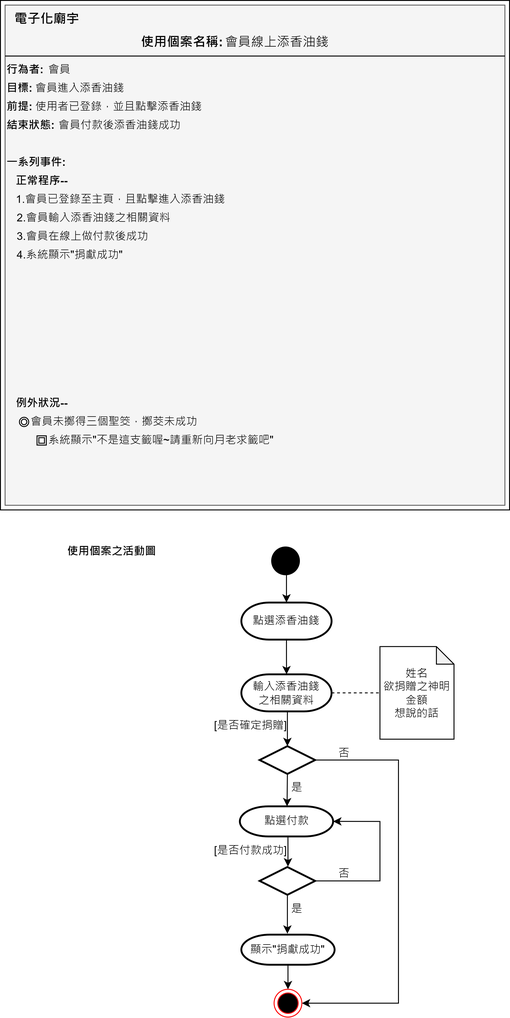
Earlier version of the draw.io export 活動圖/13.添香油錢_v1.drawio.png (GretaYuu/111-2_SAD). Source tidied: cells renumbered, new cells last; positions are measured from the earlier drawing's top-left corner, leaving out a move shared by most shapes.
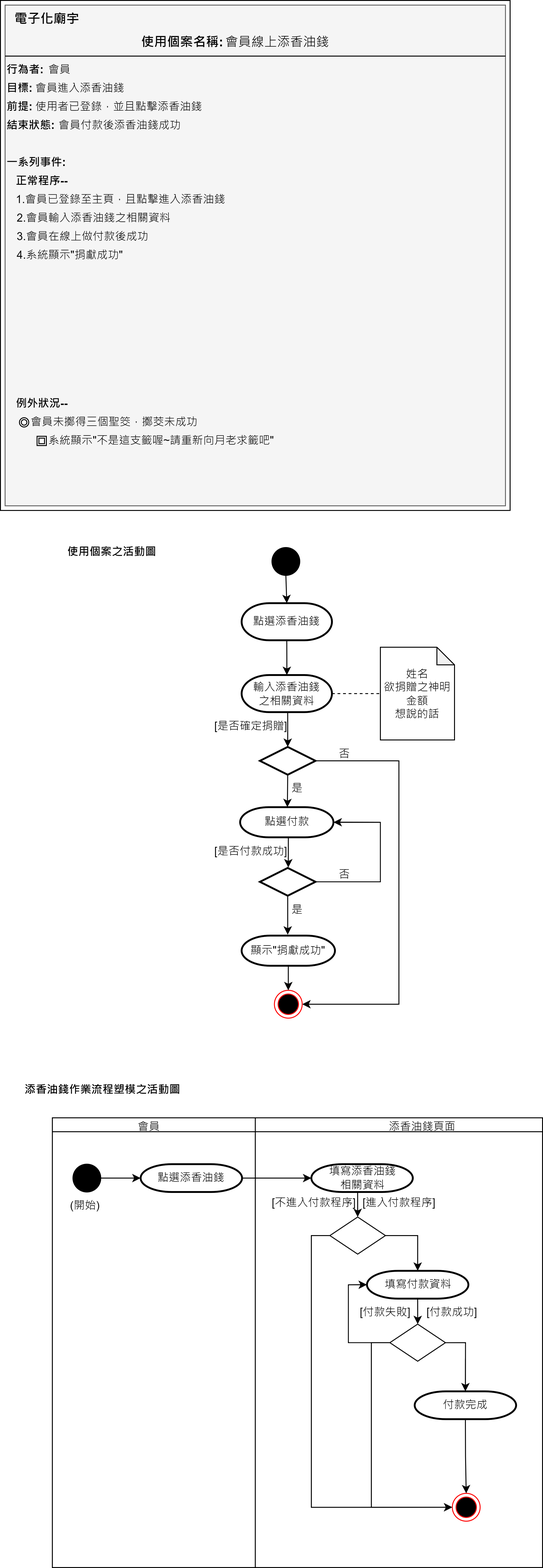
The same diagram one commit later.

What changed in the source:
```diff
@@ -180,5 +180,89 @@
     <mxCell id="52" value="否" style="text;html=1;align=center;verticalAlign=middle;strokeColor=none;fillColor=none;" parent="1" vertex="1">
       <mxGeometry x="351" y="927.5" width="40" height="30" as="geometry" />
     </mxCell>
+    <mxCell id="53" value="&lt;b&gt;添香油錢作業流程塑模之活動圖&lt;/b&gt;" style="text;html=1;align=center;verticalAlign=middle;strokeColor=none;fillColor=none;" parent="1" vertex="1">
+      <mxGeometry x="15" y="1160" width="190" height="30" as="geometry" />
+    </mxCell>
+    <mxCell id="54" style="shape=internalStorage;whiteSpace=wrap;html=1;backgroundOutline=1;" parent="1" vertex="1">
+      <mxGeometry x="243" y="1265" width="80" height="80" as="geometry" />
+    </mxCell>
+    <mxCell id="55" style="shape=internalStorage;whiteSpace=wrap;html=1;backgroundOutline=1;dx=219;dy=15;" parent="1" vertex="1">
+      <mxGeometry x="56" y="1205" width="529" height="485" as="geometry" />
+    </mxCell>
+    <mxCell id="56" value="會員" style="text;html=1;align=center;verticalAlign=middle;strokeColor=none;fillColor=none;" parent="1" vertex="1">
+      <mxGeometry x="135" y="1200" width="50" height="30" as="geometry" />
+    </mxCell>
+    <mxCell id="57" value="添香油錢頁面" style="text;html=1;align=center;verticalAlign=middle;strokeColor=none;fillColor=none;" parent="1" vertex="1">
+      <mxGeometry x="405" y="1200" width="100" height="30" as="geometry" />
+    </mxCell>
+    <mxCell id="58" style="edgeStyle=orthogonalEdgeStyle;rounded=0;jettySize=auto;html=1;exitX=1;exitY=0.5;exitDx=0;exitDy=0;entryX=0;entryY=0.5;entryDx=0;entryDy=0;entryPerimeter=0;" parent="1" edge="1" source="59" target="61">
+      <mxGeometry relative="1" as="geometry" />
+    </mxCell>
+    <mxCell id="59" style="ellipse;fillColor=strokeColor;html=1;" parent="1" vertex="1">
+      <mxGeometry x="78.2" y="1255" width="30" height="30" as="geometry" />
+    </mxCell>
+    <mxCell id="60" style="edgeStyle=orthogonalEdgeStyle;rounded=0;jettySize=auto;html=1;exitX=1;exitY=0.5;exitDx=0;exitDy=0;exitPerimeter=0;entryX=0;entryY=0.5;entryDx=0;entryDy=0;entryPerimeter=0;" parent="1" edge="1" source="61" target="64">
+      <mxGeometry relative="1" as="geometry" />
+    </mxCell>
+    <mxCell id="61" value="點選添香油錢" style="strokeWidth=2;html=1;shape=mxgraph.flowchart.terminator;whiteSpace=wrap;" parent="1" vertex="1">
+      <mxGeometry x="151.2" y="1255" width="109.5" height="30" as="geometry" />
+    </mxCell>
+    <mxCell id="62" value="(開始)" style="text;html=1;align=center;verticalAlign=middle;strokeColor=none;fillColor=none;" parent="1" vertex="1">
+      <mxGeometry x="61" y="1285" width="60" height="30" as="geometry" />
+    </mxCell>
+    <mxCell id="63" style="edgeStyle=orthogonalEdgeStyle;rounded=0;jettySize=auto;html=1;exitX=0.5;exitY=1;exitDx=0;exitDy=0;exitPerimeter=0;entryX=0.5;entryY=0;entryDx=0;entryDy=0;" parent="1" edge="1" source="64" target="67">
+      <mxGeometry relative="1" as="geometry" />
+    </mxCell>
+    <mxCell id="64" value="填寫添香油錢&lt;br&gt;相關資料" style="strokeWidth=2;html=1;shape=mxgraph.flowchart.terminator;whiteSpace=wrap;" parent="1" vertex="1">
+      <mxGeometry x="335.5" y="1255" width="109.5" height="30" as="geometry" />
+    </mxCell>
+    <mxCell id="65" style="edgeStyle=orthogonalEdgeStyle;rounded=0;jettySize=auto;html=1;exitX=1;exitY=0.5;exitDx=0;exitDy=0;entryX=0.5;entryY=0;entryDx=0;entryDy=0;entryPerimeter=0;" parent="1" edge="1" source="67" target="72">
+      <mxGeometry relative="1" as="geometry" />
+    </mxCell>
+    <mxCell id="66" style="edgeStyle=orthogonalEdgeStyle;rounded=0;jettySize=auto;html=1;exitX=0;exitY=0.5;exitDx=0;exitDy=0;entryX=0;entryY=0.5;entryDx=0;entryDy=0;" parent="1" edge="1" source="67" target="68">
+      <mxGeometry relative="1" as="geometry" />
+    </mxCell>
+    <mxCell id="67" style="rhombus;whiteSpace=wrap;html=1;" parent="1" vertex="1">
+      <mxGeometry x="355.5" y="1312" width="60" height="40" as="geometry" />
+    </mxCell>
+    <mxCell id="68" style="ellipse;html=1;shape=endState;fillColor=#000000;strokeColor=#ff0000;" parent="1" vertex="1">
+      <mxGeometry x="487.7" y="1610" width="30" height="30" as="geometry" />
+    </mxCell>
+    <mxCell id="69" value="[進入付款程序]" style="text;html=1;align=center;verticalAlign=middle;strokeColor=none;fillColor=none;" parent="1" vertex="1">
+      <mxGeometry x="379.8" y="1282" width="100" height="30" as="geometry" />
+    </mxCell>
+    <mxCell id="70" value="[不進入付款程序]" style="text;html=1;align=center;verticalAlign=middle;strokeColor=none;fillColor=none;" parent="1" vertex="1">
+      <mxGeometry x="283" y="1282" width="110" height="30" as="geometry" />
+    </mxCell>
+    <mxCell id="71" style="edgeStyle=orthogonalEdgeStyle;rounded=0;jettySize=auto;html=1;exitX=0.5;exitY=1;exitDx=0;exitDy=0;exitPerimeter=0;" parent="1" edge="1" source="72" target="76">
+      <mxGeometry relative="1" as="geometry" />
+    </mxCell>
+    <mxCell id="72" value="填寫付款資料" style="strokeWidth=2;html=1;shape=mxgraph.flowchart.terminator;whiteSpace=wrap;" parent="1" vertex="1">
+      <mxGeometry x="395.5" y="1370" width="109.5" height="30" as="geometry" />
+    </mxCell>
+    <mxCell id="73" style="edgeStyle=orthogonalEdgeStyle;rounded=0;jettySize=auto;html=1;exitX=0;exitY=0.5;exitDx=0;exitDy=0;entryX=0;entryY=0.5;entryDx=0;entryDy=0;entryPerimeter=0;" parent="1" edge="1" source="76" target="72">
+      <mxGeometry relative="1" as="geometry" />
+    </mxCell>
+    <mxCell id="74" style="edgeStyle=orthogonalEdgeStyle;rounded=0;jettySize=auto;html=1;exitX=0;exitY=0.5;exitDx=0;exitDy=0;entryX=0;entryY=0.5;entryDx=0;entryDy=0;" parent="1" edge="1" source="76" target="68">
+      <mxGeometry relative="1" as="geometry" />
+    </mxCell>
+    <mxCell id="75" style="edgeStyle=orthogonalEdgeStyle;rounded=0;jettySize=auto;html=1;exitX=1;exitY=0.5;exitDx=0;exitDy=0;entryX=0.5;entryY=0;entryDx=0;entryDy=0;entryPerimeter=0;" parent="1" edge="1" source="76" target="80">
+      <mxGeometry relative="1" as="geometry" />
+    </mxCell>
+    <mxCell id="76" style="rhombus;whiteSpace=wrap;html=1;" parent="1" vertex="1">
+      <mxGeometry x="420.2" y="1427.5" width="60" height="40" as="geometry" />
+    </mxCell>
+    <mxCell id="77" value="[付款成功]" style="text;html=1;align=center;verticalAlign=middle;strokeColor=none;fillColor=none;" parent="1" vertex="1">
+      <mxGeometry x="447" y="1400" width="80" height="30" as="geometry" />
+    </mxCell>
+    <mxCell id="78" value="[付款失敗]" style="text;html=1;align=center;verticalAlign=middle;strokeColor=none;fillColor=none;" parent="1" vertex="1">
+      <mxGeometry x="375" y="1400" width="80" height="30" as="geometry" />
+    </mxCell>
+    <mxCell id="79" style="edgeStyle=orthogonalEdgeStyle;rounded=0;jettySize=auto;html=1;exitX=0.5;exitY=1;exitDx=0;exitDy=0;exitPerimeter=0;" parent="1" edge="1" source="80" target="68">
+      <mxGeometry relative="1" as="geometry" />
+    </mxCell>
+    <mxCell id="80" value="付款完成" style="strokeWidth=2;html=1;shape=mxgraph.flowchart.terminator;whiteSpace=wrap;" parent="1" vertex="1">
+      <mxGeometry x="447" y="1500" width="109.5" height="30" as="geometry" />
+    </mxCell>
   </root>
 </mxGraphModel>
```
